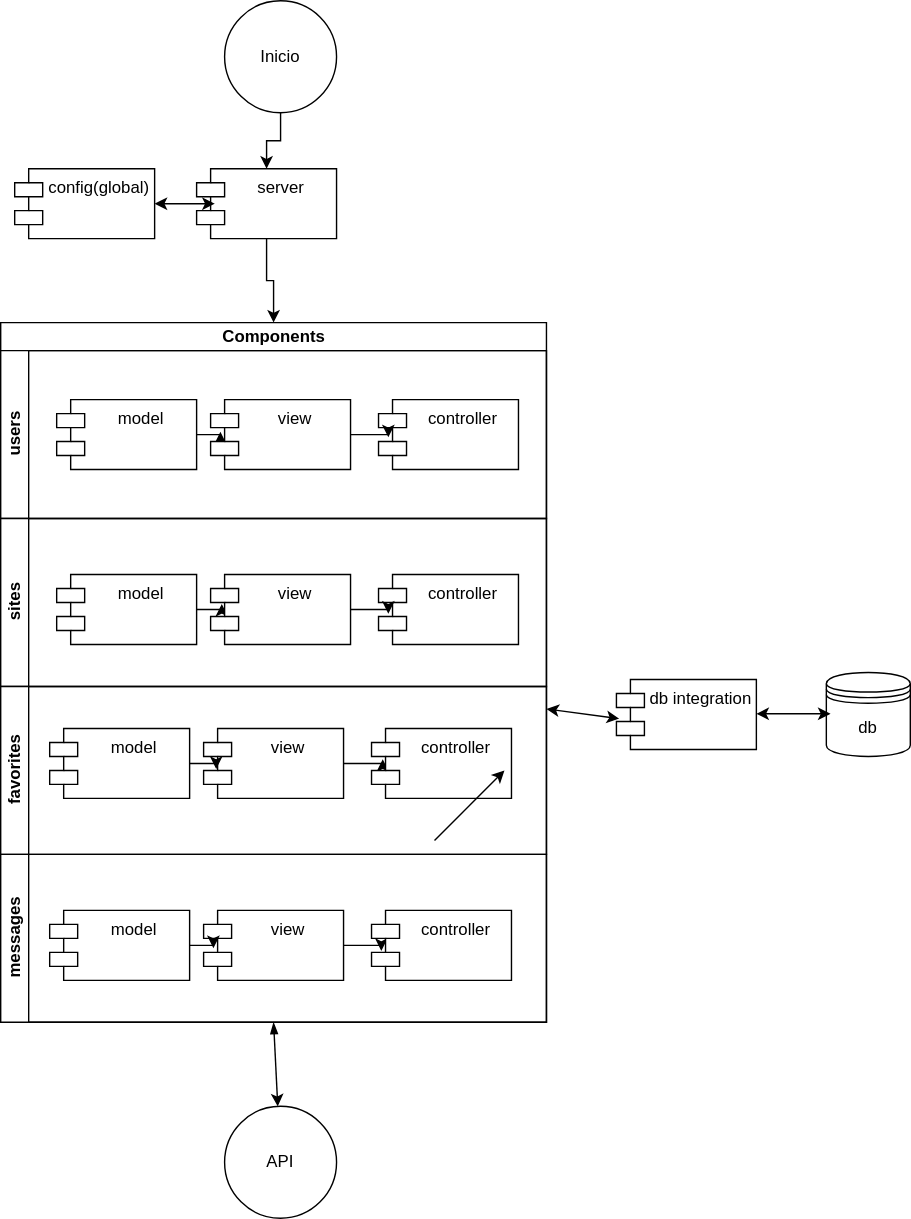
This is backenddiagram.svg from andresmesad09/Backend-LetsRoomie, a draw.io export, as it was before one commit. Source tidied: cells renumbered, new cells last; positions are measured from the earlier drawing's top-left corner, leaving out a move shared by most shapes.
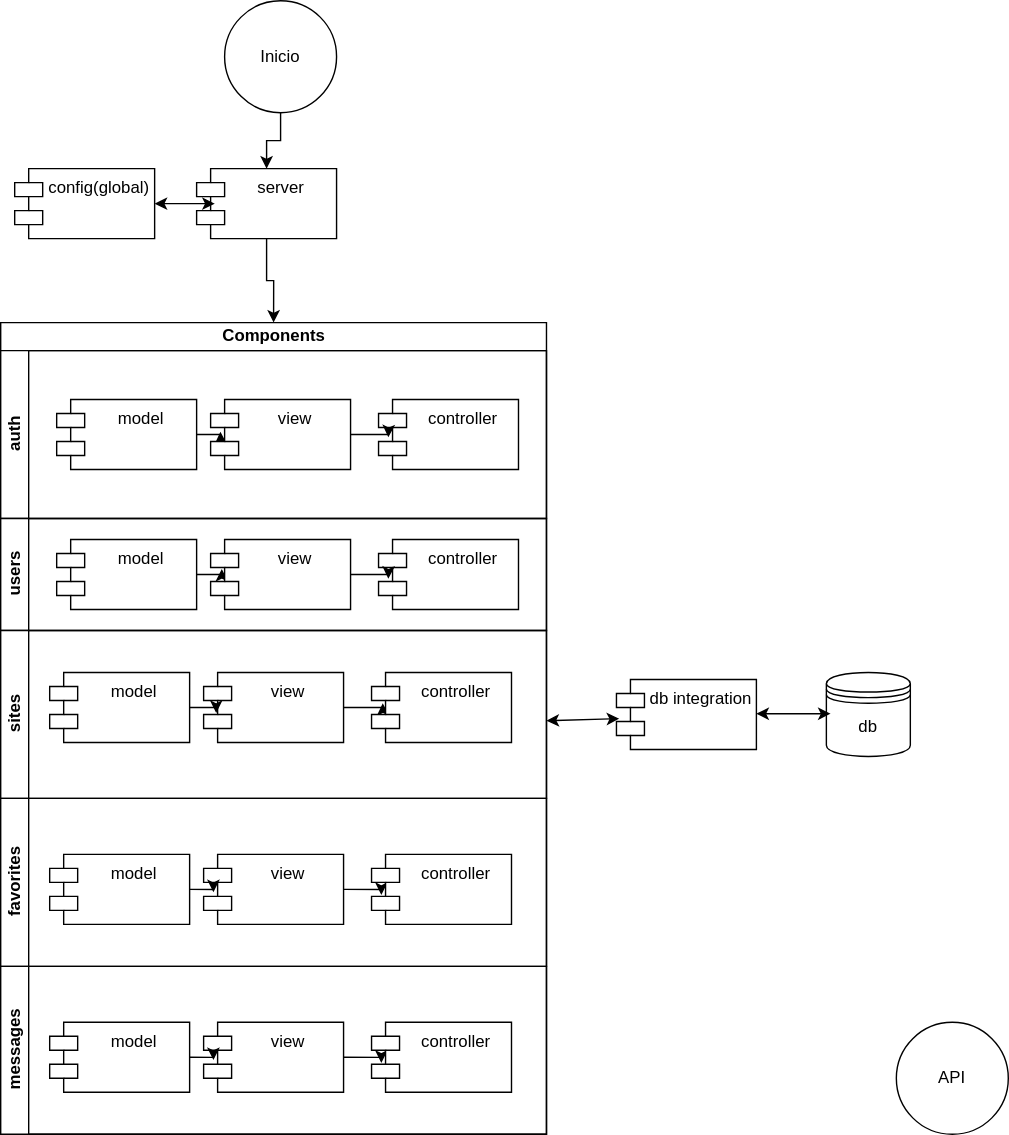
After the commit.

Change to the diagram source:
```diff
@@ -15,9 +15,9 @@
       <mxGeometry relative="1" as="geometry" />
     </mxCell>
     <mxCell id="6" value="Components" style="swimlane;html=1;horizontal=1;startSize=20;" parent="1" vertex="1">
-      <mxGeometry y="230" width="390" height="500" as="geometry" />
+      <mxGeometry y="230" width="390" height="580" as="geometry" />
     </mxCell>
-    <mxCell id="7" value="users" style="swimlane;html=1;startSize=20;horizontal=0;" parent="6" vertex="1">
+    <mxCell id="7" value="auth" style="swimlane;html=1;startSize=20;horizontal=0;" parent="6" vertex="1">
       <mxGeometry y="20" width="390" height="120" as="geometry" />
     </mxCell>
     <mxCell id="8" style="edgeStyle=orthogonalEdgeStyle;rounded=0;jettySize=auto;html=1;exitX=1;exitY=0.5;exitDx=0;exitDy=0;entryX=0.07;entryY=0.46;entryDx=0;entryDy=0;entryPerimeter=0;startSize=20;" parent="7" edge="1" source="9" target="12">
@@ -35,26 +35,26 @@
     <mxCell id="12" value="view" style="shape=module;align=left;spacingLeft=20;align=center;verticalAlign=top;startSize=20;html=1;" parent="7" vertex="1">
       <mxGeometry x="150" y="35" width="100" height="50" as="geometry" />
     </mxCell>
-    <mxCell id="13" value="sites" style="swimlane;html=1;startSize=20;horizontal=0;" parent="6" vertex="1">
-      <mxGeometry y="140" width="390" height="120" as="geometry" />
+    <mxCell id="13" value="users" style="swimlane;html=1;startSize=20;horizontal=0;" parent="6" vertex="1">
+      <mxGeometry y="140" width="390" height="80" as="geometry" />
     </mxCell>
     <mxCell id="14" style="edgeStyle=orthogonalEdgeStyle;rounded=0;jettySize=auto;html=1;exitX=1;exitY=0.5;exitDx=0;exitDy=0;entryX=0.08;entryY=0.42;entryDx=0;entryDy=0;entryPerimeter=0;startSize=20;" parent="13" edge="1" source="15" target="18">
       <mxGeometry relative="1" as="geometry" />
     </mxCell>
     <mxCell id="15" value="model" style="shape=module;align=left;spacingLeft=20;align=center;verticalAlign=top;startSize=20;html=1;" parent="13" vertex="1">
-      <mxGeometry x="40" y="40" width="100" height="50" as="geometry" />
+      <mxGeometry x="40" y="15" width="100" height="50" as="geometry" />
     </mxCell>
+    <mxCell id="18" value="view" style="shape=module;align=left;spacingLeft=20;align=center;verticalAlign=top;startSize=20;html=1;" parent="13" vertex="1">
+      <mxGeometry x="150" y="15" width="100" height="50" as="geometry" />
+    </mxCell>
     <mxCell id="16" value="controller" style="shape=module;align=left;spacingLeft=20;align=center;verticalAlign=top;startSize=20;html=1;" parent="13" vertex="1">
-      <mxGeometry x="270" y="40" width="100" height="50" as="geometry" />
+      <mxGeometry x="270" y="15" width="100" height="50" as="geometry" />
     </mxCell>
     <mxCell id="17" style="edgeStyle=orthogonalEdgeStyle;rounded=0;jettySize=auto;html=1;exitX=1;exitY=0.5;exitDx=0;exitDy=0;entryX=0.07;entryY=0.56;entryDx=0;entryDy=0;entryPerimeter=0;startSize=20;" parent="13" edge="1" source="18" target="16">
       <mxGeometry relative="1" as="geometry" />
     </mxCell>
-    <mxCell id="18" value="view" style="shape=module;align=left;spacingLeft=20;align=center;verticalAlign=top;startSize=20;html=1;" parent="13" vertex="1">
-      <mxGeometry x="150" y="40" width="100" height="50" as="geometry" />
-    </mxCell>
-    <mxCell id="19" value="&lt;div&gt;favorites&lt;/div&gt;" style="swimlane;html=1;startSize=20;horizontal=0;" parent="6" vertex="1">
-      <mxGeometry y="260" width="390" height="120" as="geometry" />
+    <mxCell id="19" value="sites" style="swimlane;html=1;startSize=20;horizontal=0;" parent="6" vertex="1">
+      <mxGeometry y="220" width="390" height="120" as="geometry" />
     </mxCell>
     <mxCell id="20" style="edgeStyle=orthogonalEdgeStyle;rounded=0;jettySize=auto;html=1;exitX=1;exitY=0.5;exitDx=0;exitDy=0;entryX=0.08;entryY=0.44;entryDx=0;entryDy=0;entryPerimeter=0;startSize=20;" parent="19" edge="1" source="21" target="22">
       <mxGeometry relative="1" as="geometry" />
@@ -71,8 +71,8 @@
     <mxCell id="24" value="model" style="shape=module;align=left;spacingLeft=20;align=center;verticalAlign=top;startSize=20;html=1;" parent="19" vertex="1">
       <mxGeometry x="35" y="30" width="100" height="50" as="geometry" />
     </mxCell>
-    <mxCell id="25" value="messages" style="swimlane;html=1;startSize=20;horizontal=0;" parent="6" vertex="1">
-      <mxGeometry y="380" width="390" height="120" as="geometry" />
+    <mxCell id="25" value="favorites" style="swimlane;html=1;startSize=20;horizontal=0;" parent="6" vertex="1">
+      <mxGeometry y="340" width="390" height="120" as="geometry" />
     </mxCell>
     <mxCell id="26" style="edgeStyle=orthogonalEdgeStyle;rounded=0;jettySize=auto;html=1;exitX=1;exitY=0.5;exitDx=0;exitDy=0;entryX=0.07;entryY=0.58;entryDx=0;entryDy=0;entryPerimeter=0;startSize=20;" parent="25" edge="1" source="27" target="28">
       <mxGeometry relative="1" as="geometry" />
@@ -89,6 +89,24 @@
     <mxCell id="30" value="model" style="shape=module;align=left;spacingLeft=20;align=center;verticalAlign=top;startSize=20;html=1;" parent="25" vertex="1">
       <mxGeometry x="35" y="40" width="100" height="50" as="geometry" />
     </mxCell>
+    <mxCell id="40" value="messages" style="swimlane;html=1;startSize=20;horizontal=0;" parent="6" vertex="1">
+      <mxGeometry y="460" width="390" height="120" as="geometry" />
+    </mxCell>
+    <mxCell id="41" style="edgeStyle=orthogonalEdgeStyle;rounded=0;jettySize=auto;html=1;exitX=1;exitY=0.5;exitDx=0;exitDy=0;entryX=0.07;entryY=0.58;entryDx=0;entryDy=0;entryPerimeter=0;startSize=20;" parent="40" edge="1" source="42" target="43">
+      <mxGeometry relative="1" as="geometry" />
+    </mxCell>
+    <mxCell id="42" value="view" style="shape=module;align=left;spacingLeft=20;align=center;verticalAlign=top;startSize=20;html=1;" parent="40" vertex="1">
+      <mxGeometry x="145" y="40" width="100" height="50" as="geometry" />
+    </mxCell>
+    <mxCell id="43" value="controller" style="shape=module;align=left;spacingLeft=20;align=center;verticalAlign=top;startSize=20;html=1;" parent="40" vertex="1">
+      <mxGeometry x="265" y="40" width="100" height="50" as="geometry" />
+    </mxCell>
+    <mxCell id="44" style="edgeStyle=orthogonalEdgeStyle;rounded=0;jettySize=auto;html=1;exitX=1;exitY=0.5;exitDx=0;exitDy=0;entryX=0.07;entryY=0.54;entryDx=0;entryDy=0;entryPerimeter=0;startSize=20;" parent="40" edge="1" source="45" target="42">
+      <mxGeometry relative="1" as="geometry" />
+    </mxCell>
+    <mxCell id="45" value="model" style="shape=module;align=left;spacingLeft=20;align=center;verticalAlign=top;startSize=20;html=1;" parent="40" vertex="1">
+      <mxGeometry x="35" y="40" width="100" height="50" as="geometry" />
+    </mxCell>
     <mxCell id="31" value="config(global)" style="shape=module;align=left;spacingLeft=20;align=center;verticalAlign=top;startSize=20;html=1;" parent="1" vertex="1">
       <mxGeometry x="10" y="120" width="100" height="50" as="geometry" />
     </mxCell>
@@ -111,16 +129,7 @@
       </mxGeometry>
     </mxCell>
     <mxCell id="37" value="API" style="ellipse;whiteSpace=wrap;html=1;startSize=20;" parent="1" vertex="1">
-      <mxGeometry x="160" y="790" width="80" height="80" as="geometry" />
+      <mxGeometry x="640" y="730" width="80" height="80" as="geometry" />
     </mxCell>
-    <mxCell id="38" style="endArrow=classic;html=1;" parent="1" edge="1">
-      <mxGeometry relative="1" as="geometry">
-        <mxPoint x="310" y="600" as="sourcePoint" />
-        <mxPoint x="360" y="550" as="targetPoint" />
-      </mxGeometry>
-    </mxCell>
-    <mxCell id="39" style="edgeStyle=none;rounded=0;jettySize=auto;html=1;exitX=0.5;exitY=1;exitDx=0;exitDy=0;startArrow=blockThin;startFill=1;startSize=6;endArrow=classic;endFill=1;" parent="1" edge="1" source="25" target="37">
-      <mxGeometry relative="1" as="geometry" />
-    </mxCell>
   </root>
 </mxGraphModel>
```
